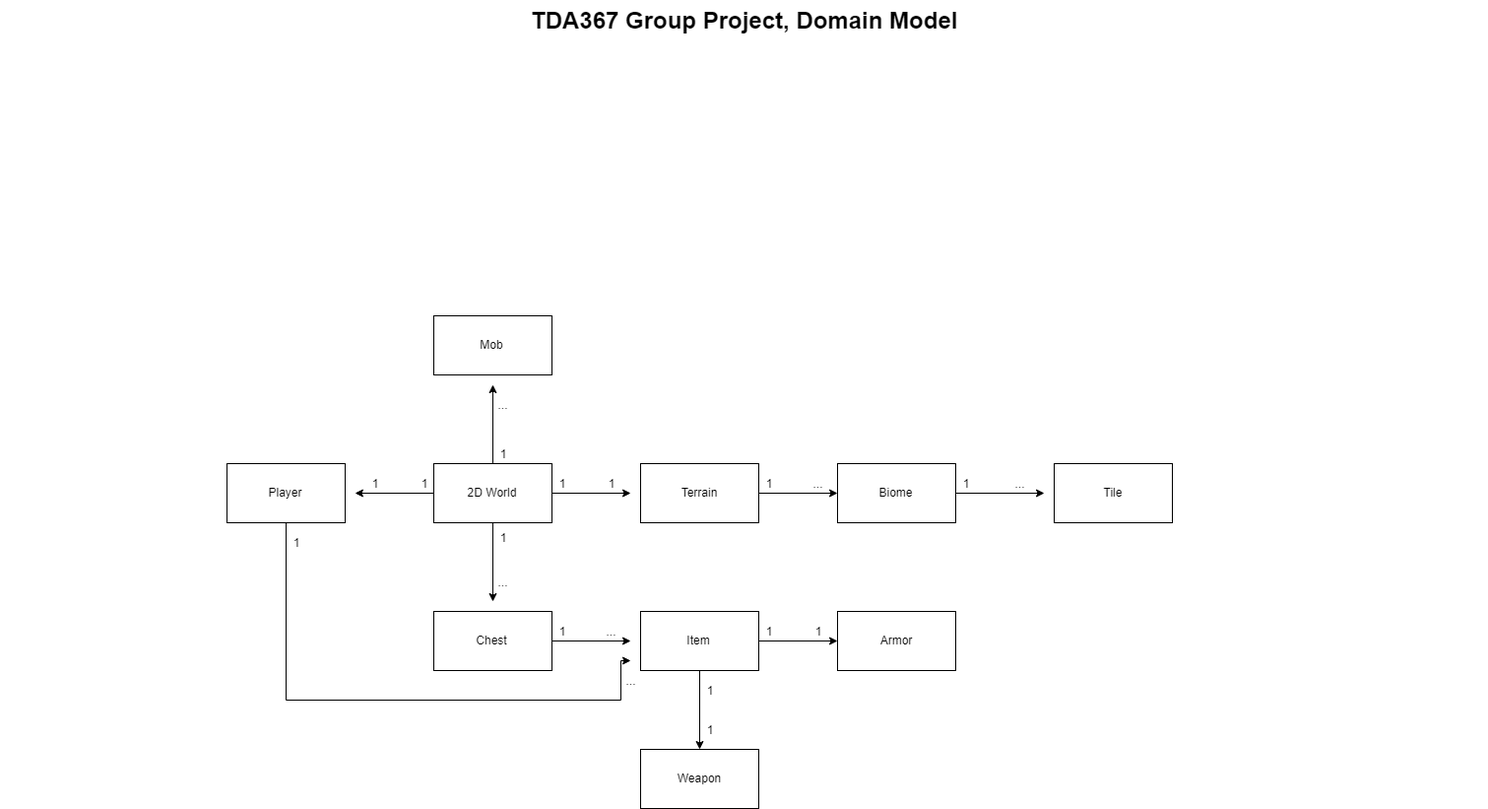
Above: Documents/TDA367_domain_model.png in manngard/2D-Infinite-World (draw.io), before the change. Source tidied: cells renumbered, new cells last; positions are measured from the earlier drawing's top-left corner, leaving out a move shared by most shapes.
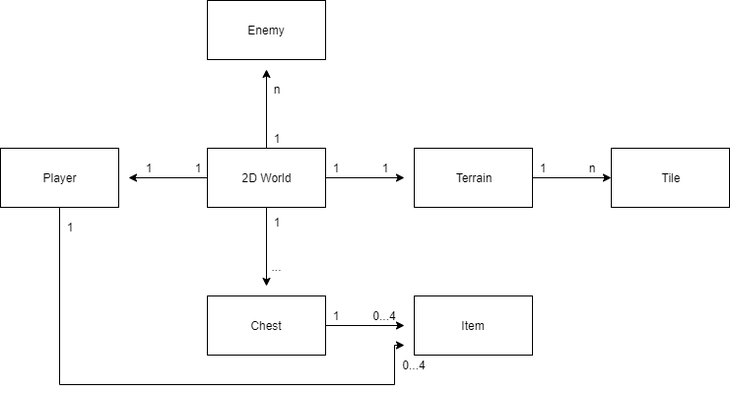
Later version of the same file.

What changed in the source:
```diff
@@ -2,9 +2,6 @@
   <root>
     <mxCell id="0" style="html=1;" />
     <mxCell id="1" style="html=1;" parent="0" />
-    <mxCell id="2" value="TDA367 Group Project, Domain Model" style="text;strokeColor=none;fillColor=none;html=1;fontSize=24;fontStyle=1;verticalAlign=middle;align=center;" parent="1" vertex="1">
-      <mxGeometry width="1510" height="40" as="geometry" />
-    </mxCell>
     <mxCell id="3" style="edgeStyle=orthogonalEdgeStyle;rounded=0;jettySize=auto;html=1;" parent="1" edge="1" source="7">
       <mxGeometry relative="1" as="geometry">
         <mxPoint x="360" y="500" as="targetPoint" />
@@ -40,7 +37,7 @@
     <mxCell id="9" value="Player" style="rounded=0;whiteSpace=wrap;html=1;" parent="1" vertex="1">
       <mxGeometry x="230" y="470" width="120" height="60" as="geometry" />
     </mxCell>
-    <mxCell id="10" value="Mob" style="rounded=0;whiteSpace=wrap;html=1;" parent="1" vertex="1">
+    <mxCell id="10" value="Enemy" style="rounded=0;whiteSpace=wrap;html=1;" parent="1" vertex="1">
       <mxGeometry x="440" y="320" width="120" height="60" as="geometry" />
     </mxCell>
     <mxCell id="11" style="edgeStyle=orthogonalEdgeStyle;rounded=0;jettySize=auto;html=1;" parent="1" edge="1" source="12">
@@ -51,38 +48,18 @@
     <mxCell id="12" value="Chest" style="rounded=0;whiteSpace=wrap;html=1;" parent="1" vertex="1">
       <mxGeometry x="440" y="620" width="120" height="60" as="geometry" />
     </mxCell>
-    <mxCell id="13" style="edgeStyle=orthogonalEdgeStyle;rounded=0;jettySize=auto;html=1;" parent="1" edge="1" source="15" target="17">
-      <mxGeometry relative="1" as="geometry" />
-    </mxCell>
-    <mxCell id="14" style="edgeStyle=orthogonalEdgeStyle;rounded=0;jettySize=auto;html=1;" parent="1" edge="1" source="15" target="16">
-      <mxGeometry relative="1" as="geometry" />
-    </mxCell>
     <mxCell id="15" value="Item" style="rounded=0;whiteSpace=wrap;html=1;" parent="1" vertex="1">
       <mxGeometry x="650" y="620" width="120" height="60" as="geometry" />
     </mxCell>
-    <mxCell id="16" value="Armor" style="rounded=0;whiteSpace=wrap;html=1;" parent="1" vertex="1">
-      <mxGeometry x="850" y="620" width="120" height="60" as="geometry" />
-    </mxCell>
-    <mxCell id="17" value="Weapon" style="rounded=0;whiteSpace=wrap;html=1;" parent="1" vertex="1">
-      <mxGeometry x="650" y="760" width="120" height="60" as="geometry" />
-    </mxCell>
     <mxCell id="18" style="edgeStyle=orthogonalEdgeStyle;rounded=0;jettySize=auto;html=1;entryX=0;entryY=0.5;entryDx=0;entryDy=0;" parent="1" edge="1" source="19" target="21">
       <mxGeometry relative="1" as="geometry" />
     </mxCell>
     <mxCell id="19" value="Terrain" style="rounded=0;whiteSpace=wrap;html=1;" parent="1" vertex="1">
       <mxGeometry x="650" y="470" width="120" height="60" as="geometry" />
     </mxCell>
-    <mxCell id="20" style="edgeStyle=orthogonalEdgeStyle;rounded=0;jettySize=auto;html=1;" parent="1" edge="1" source="21">
-      <mxGeometry relative="1" as="geometry">
-        <mxPoint x="1060" y="500" as="targetPoint" />
-      </mxGeometry>
-    </mxCell>
-    <mxCell id="21" value="Biome" style="rounded=0;whiteSpace=wrap;html=1;" parent="1" vertex="1">
+    <mxCell id="21" value="Tile" style="rounded=0;whiteSpace=wrap;html=1;" parent="1" vertex="1">
       <mxGeometry x="850" y="470" width="120" height="60" as="geometry" />
     </mxCell>
-    <mxCell id="22" value="Tile" style="rounded=0;whiteSpace=wrap;html=1;" parent="1" vertex="1">
-      <mxGeometry x="1070" y="470" width="120" height="60" as="geometry" />
-    </mxCell>
     <mxCell id="23" value="1" style="text;html=1;strokeColor=none;fillColor=none;align=center;verticalAlign=middle;whiteSpace=wrap;rounded=0;" parent="1" vertex="1">
       <mxGeometry x="410" y="480" width="40" height="20" as="geometry" />
     </mxCell>
@@ -92,7 +69,7 @@
     <mxCell id="25" value="1" style="text;html=1;strokeColor=none;fillColor=none;align=center;verticalAlign=middle;whiteSpace=wrap;rounded=0;" parent="1" vertex="1">
       <mxGeometry x="490" y="450" width="40" height="20" as="geometry" />
     </mxCell>
-    <mxCell id="26" value="..." style="text;html=1;strokeColor=none;fillColor=none;align=center;verticalAlign=middle;whiteSpace=wrap;rounded=0;" parent="1" vertex="1">
+    <mxCell id="26" value="n" style="text;html=1;strokeColor=none;fillColor=none;align=center;verticalAlign=middle;whiteSpace=wrap;rounded=0;" parent="1" vertex="1">
       <mxGeometry x="490" y="400" width="40" height="20" as="geometry" />
     </mxCell>
     <mxCell id="27" value="1" style="text;html=1;strokeColor=none;fillColor=none;align=center;verticalAlign=middle;whiteSpace=wrap;rounded=0;" parent="1" vertex="1">
@@ -104,7 +81,7 @@
     <mxCell id="29" value="..." style="text;html=1;strokeColor=none;fillColor=none;align=center;verticalAlign=middle;whiteSpace=wrap;rounded=0;" parent="1" vertex="1">
       <mxGeometry x="490" y="579.5" width="40" height="20" as="geometry" />
     </mxCell>
-    <mxCell id="30" value="..." style="text;html=1;strokeColor=none;fillColor=none;align=center;verticalAlign=middle;whiteSpace=wrap;rounded=0;" parent="1" vertex="1">
+    <mxCell id="30" value="n" style="text;html=1;strokeColor=none;fillColor=none;align=center;verticalAlign=middle;whiteSpace=wrap;rounded=0;" parent="1" vertex="1">
       <mxGeometry x="810" y="480" width="40" height="20" as="geometry" />
     </mxCell>
     <mxCell id="31" value="1" style="text;html=1;strokeColor=none;fillColor=none;align=center;verticalAlign=middle;whiteSpace=wrap;rounded=0;" parent="1" vertex="1">
@@ -113,35 +90,17 @@
     <mxCell id="32" value="1" style="text;html=1;strokeColor=none;fillColor=none;align=center;verticalAlign=middle;whiteSpace=wrap;rounded=0;" parent="1" vertex="1">
       <mxGeometry x="760" y="480" width="40" height="20" as="geometry" />
     </mxCell>
-    <mxCell id="33" value="1" style="text;html=1;strokeColor=none;fillColor=none;align=center;verticalAlign=middle;whiteSpace=wrap;rounded=0;" parent="1" vertex="1">
-      <mxGeometry x="960" y="480" width="40" height="20" as="geometry" />
-    </mxCell>
-    <mxCell id="34" value="..." style="text;html=1;strokeColor=none;fillColor=none;align=center;verticalAlign=middle;whiteSpace=wrap;rounded=0;" parent="1" vertex="1">
-      <mxGeometry x="1015" y="480" width="40" height="20" as="geometry" />
-    </mxCell>
     <mxCell id="35" value="1" style="text;html=1;strokeColor=none;fillColor=none;align=center;verticalAlign=middle;whiteSpace=wrap;rounded=0;" parent="1" vertex="1">
       <mxGeometry x="550" y="630" width="40" height="20" as="geometry" />
     </mxCell>
-    <mxCell id="36" value="..." style="text;html=1;strokeColor=none;fillColor=none;align=center;verticalAlign=middle;whiteSpace=wrap;rounded=0;" parent="1" vertex="1">
+    <mxCell id="36" value="0...4" style="text;html=1;strokeColor=none;fillColor=none;align=center;verticalAlign=middle;whiteSpace=wrap;rounded=0;" parent="1" vertex="1">
       <mxGeometry x="600" y="630" width="40" height="20" as="geometry" />
     </mxCell>
-    <mxCell id="37" value="1" style="text;html=1;strokeColor=none;fillColor=none;align=center;verticalAlign=middle;whiteSpace=wrap;rounded=0;" parent="1" vertex="1">
-      <mxGeometry x="760" y="630" width="40" height="20" as="geometry" />
-    </mxCell>
-    <mxCell id="38" value="1" style="text;html=1;strokeColor=none;fillColor=none;align=center;verticalAlign=middle;whiteSpace=wrap;rounded=0;" parent="1" vertex="1">
-      <mxGeometry x="810" y="630" width="40" height="20" as="geometry" />
-    </mxCell>
-    <mxCell id="39" value="1" style="text;html=1;strokeColor=none;fillColor=none;align=center;verticalAlign=middle;whiteSpace=wrap;rounded=0;" parent="1" vertex="1">
-      <mxGeometry x="700" y="690" width="40" height="20" as="geometry" />
-    </mxCell>
-    <mxCell id="40" value="1" style="text;html=1;strokeColor=none;fillColor=none;align=center;verticalAlign=middle;whiteSpace=wrap;rounded=0;" parent="1" vertex="1">
-      <mxGeometry x="700" y="730" width="40" height="20" as="geometry" />
-    </mxCell>
     <mxCell id="41" value="1" style="text;html=1;strokeColor=none;fillColor=none;align=center;verticalAlign=middle;whiteSpace=wrap;rounded=0;" parent="1" vertex="1">
       <mxGeometry x="280" y="540" width="40" height="20" as="geometry" />
     </mxCell>
-    <mxCell id="42" value="..." style="text;html=1;strokeColor=none;fillColor=none;align=center;verticalAlign=middle;whiteSpace=wrap;rounded=0;" parent="1" vertex="1">
-      <mxGeometry x="620" y="680" width="40" height="20" as="geometry" />
+    <mxCell id="42" value="0...4" style="text;html=1;strokeColor=none;fillColor=none;align=center;verticalAlign=middle;whiteSpace=wrap;rounded=0;" parent="1" vertex="1">
+      <mxGeometry x="630" y="680" width="40" height="20" as="geometry" />
     </mxCell>
   </root>
 </mxGraphModel>
```
